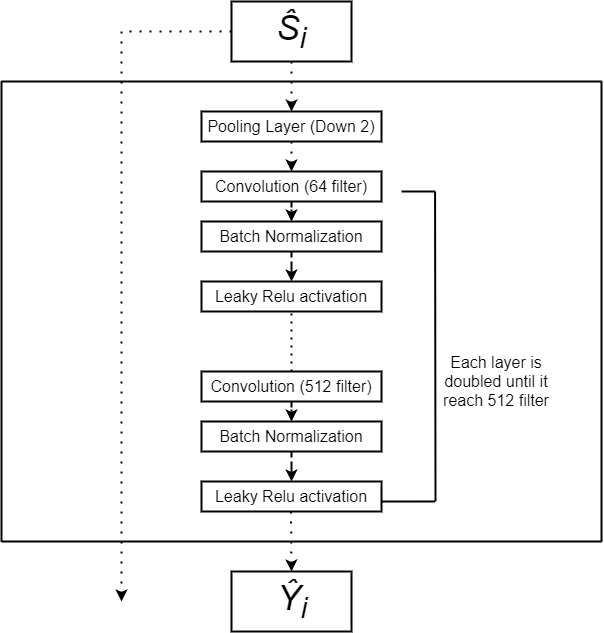
This is markdownCode/SubDiscriminator.png from fizzy-1111/slideppTheis, a draw.io export, as it was before one commit. Source tidied: cells renumbered, new cells last; positions are measured from the earlier drawing's top-left corner, leaving out a move shared by most shapes.
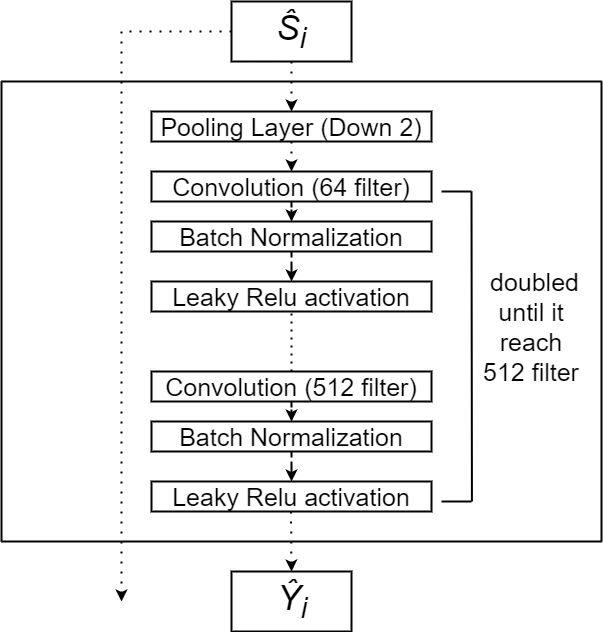
The same diagram one commit later.

Change to the diagram source:
```diff
@@ -5,121 +5,122 @@
     <mxCell id="2" style="edgeStyle=orthogonalEdgeStyle;rounded=0;jettySize=auto;html=1;dashed=1;strokeWidth=2;" parent="1" edge="1" source="3" target="5">
       <mxGeometry relative="1" as="geometry" />
     </mxCell>
-    <mxCell id="3" value="&lt;font style=&quot;font-size: 16px;&quot;&gt;Convolution (64 filter)&lt;/font&gt;" style="rounded=0;whiteSpace=wrap;html=1;strokeWidth=2;" parent="1" vertex="1">
-      <mxGeometry x="200" y="170" width="180" height="30" as="geometry" />
+    <mxCell id="3" value="&lt;font style=&quot;font-size: 25px;&quot;&gt;Convolution (64 filter)&lt;/font&gt;" style="rounded=0;whiteSpace=wrap;html=1;strokeWidth=2;" parent="1" vertex="1">
+      <mxGeometry x="200" y="170" width="280" height="30" as="geometry" />
     </mxCell>
     <mxCell id="4" style="edgeStyle=orthogonalEdgeStyle;rounded=0;jettySize=auto;html=1;dashed=1;strokeWidth=2;" parent="1" edge="1" source="5" target="6">
       <mxGeometry relative="1" as="geometry" />
     </mxCell>
-    <mxCell id="5" value="&lt;font style=&quot;font-size: 16px;&quot;&gt;Batch Normalization&lt;/font&gt;" style="rounded=0;whiteSpace=wrap;html=1;strokeWidth=2;" parent="1" vertex="1">
-      <mxGeometry x="200" y="220" width="180" height="30" as="geometry" />
+    <mxCell id="5" value="&lt;font style=&quot;font-size: 25px;&quot;&gt;Batch Normalization&lt;/font&gt;" style="rounded=0;whiteSpace=wrap;html=1;strokeWidth=2;" parent="1" vertex="1">
+      <mxGeometry x="200" y="220" width="280" height="30" as="geometry" />
     </mxCell>
-    <mxCell id="6" value="&lt;font style=&quot;font-size: 16px;&quot;&gt;Leaky Relu activation&lt;/font&gt;" style="rounded=0;whiteSpace=wrap;html=1;strokeWidth=2;" parent="1" vertex="1">
-      <mxGeometry x="200" y="280" width="180" height="30" as="geometry" />
+    <mxCell id="6" value="&lt;font style=&quot;font-size: 25px;&quot;&gt;Leaky Relu activation&lt;/font&gt;" style="rounded=0;whiteSpace=wrap;html=1;strokeWidth=2;" parent="1" vertex="1">
+      <mxGeometry x="200" y="280" width="280" height="30" as="geometry" />
     </mxCell>
     <mxCell id="7" style="edgeStyle=orthogonalEdgeStyle;rounded=0;jettySize=auto;html=1;dashed=1;strokeWidth=2;" parent="1" edge="1" source="8" target="10">
       <mxGeometry relative="1" as="geometry" />
     </mxCell>
-    <mxCell id="8" value="&lt;font style=&quot;font-size: 16px;&quot;&gt;Convolution (512 filter)&lt;/font&gt;" style="rounded=0;whiteSpace=wrap;html=1;strokeWidth=2;" parent="1" vertex="1">
-      <mxGeometry x="200" y="370" width="180" height="30" as="geometry" />
+    <mxCell id="8" value="&lt;font style=&quot;font-size: 25px;&quot;&gt;Convolution (512 filter)&lt;/font&gt;" style="rounded=0;whiteSpace=wrap;html=1;strokeWidth=2;" parent="1" vertex="1">
+      <mxGeometry x="200" y="370" width="280" height="30" as="geometry" />
     </mxCell>
     <mxCell id="9" style="edgeStyle=orthogonalEdgeStyle;rounded=0;jettySize=auto;html=1;dashed=1;strokeWidth=2;" parent="1" edge="1" source="10" target="11">
       <mxGeometry relative="1" as="geometry" />
     </mxCell>
-    <mxCell id="10" value="&lt;font style=&quot;font-size: 16px;&quot;&gt;Batch Normalization&lt;/font&gt;" style="rounded=0;whiteSpace=wrap;html=1;strokeWidth=2;" parent="1" vertex="1">
-      <mxGeometry x="200" y="420" width="180" height="30" as="geometry" />
+    <mxCell id="10" value="&lt;font style=&quot;font-size: 25px;&quot;&gt;Batch Normalization&lt;/font&gt;" style="rounded=0;whiteSpace=wrap;html=1;strokeWidth=2;" parent="1" vertex="1">
+      <mxGeometry x="200" y="420" width="280" height="30" as="geometry" />
     </mxCell>
-    <mxCell id="11" value="&lt;font style=&quot;font-size: 16px;&quot;&gt;Leaky Relu activation&lt;/font&gt;" style="rounded=0;whiteSpace=wrap;html=1;strokeWidth=2;" parent="1" vertex="1">
-      <mxGeometry x="200" y="480" width="180" height="30" as="geometry" />
+    <mxCell id="11" value="&lt;font style=&quot;font-size: 25px;&quot;&gt;Leaky Relu activation&lt;/font&gt;" style="rounded=0;whiteSpace=wrap;html=1;strokeWidth=2;" parent="1" vertex="1">
+      <mxGeometry x="200" y="480" width="280" height="30" as="geometry" />
     </mxCell>
     <mxCell id="12" style="endArrow=none;dashed=1;html=1;dashPattern=1 3;strokeWidth=2;rounded=0;" parent="1" edge="1">
       <mxGeometry relative="1" as="geometry">
-        <mxPoint x="290" y="370" as="sourcePoint" />
-        <mxPoint x="290" y="310" as="targetPoint" />
+        <mxPoint x="340" y="370" as="sourcePoint" />
+        <mxPoint x="340" y="310" as="targetPoint" />
       </mxGeometry>
     </mxCell>
-    <mxCell id="13" value="&lt;font style=&quot;font-size: 16px;&quot;&gt;Each layer is doubled until it reach 512 filter&lt;/font&gt;" style="text;html=1;strokeColor=none;fillColor=none;align=center;verticalAlign=middle;whiteSpace=wrap;rounded=0;strokeWidth=2;" parent="1" vertex="1">
-      <mxGeometry x="440" y="365" width="110" height="30" as="geometry" />
+    <mxCell id="13" value="&lt;font style=&quot;font-size: 25px;&quot;&gt;&amp;nbsp;doubled until it reach 512 filter&lt;/font&gt;" style="text;html=1;strokeColor=none;fillColor=none;align=center;verticalAlign=middle;whiteSpace=wrap;rounded=0;strokeWidth=2;" parent="1" vertex="1">
+      <mxGeometry x="540" y="310" width="80" height="30" as="geometry" />
     </mxCell>
     <mxCell id="14" style="endArrow=none;html=1;fontSize=16;strokeWidth=2;" parent="1" edge="1">
       <mxGeometry relative="1" as="geometry">
-        <mxPoint x="434" y="500" as="sourcePoint" />
-        <mxPoint x="433.6" y="190" as="targetPoint" />
+        <mxPoint x="520.4" y="500" as="sourcePoint" />
+        <mxPoint x="520" y="190" as="targetPoint" />
       </mxGeometry>
     </mxCell>
-    <mxCell id="15" style="endArrow=none;html=1;fontSize=16;strokeWidth=2;exitX=1;exitY=0.667;exitDx=0;exitDy=0;exitPerimeter=0;" parent="1" edge="1" source="11">
+    <mxCell id="15" style="endArrow=none;html=1;fontSize=16;strokeWidth=2;" parent="1" edge="1">
       <mxGeometry relative="1" as="geometry">
-        <mxPoint x="433.6" y="500" as="targetPoint" />
+        <mxPoint x="490" y="500" as="sourcePoint" />
+        <mxPoint x="520" y="500" as="targetPoint" />
       </mxGeometry>
     </mxCell>
     <mxCell id="16" style="endArrow=none;html=1;fontSize=16;strokeWidth=2;" parent="1" edge="1">
       <mxGeometry relative="1" as="geometry">
-        <mxPoint x="400" y="190" as="sourcePoint" />
-        <mxPoint x="433.6" y="190" as="targetPoint" />
+        <mxPoint x="490" y="190" as="sourcePoint" />
+        <mxPoint x="520" y="190" as="targetPoint" />
       </mxGeometry>
     </mxCell>
     <mxCell id="17" style="endArrow=classic;html=1;dashed=1;dashPattern=1 4;entryX=0.5;entryY=0;entryDx=0;entryDy=0;strokeWidth=2;" parent="1" edge="1" target="23">
       <mxGeometry relative="1" as="geometry">
-        <mxPoint x="290" y="60" as="sourcePoint" />
+        <mxPoint x="340" y="60" as="sourcePoint" />
       </mxGeometry>
     </mxCell>
     <mxCell id="18" style="endArrow=classic;html=1;dashed=1;dashPattern=1 4;strokeWidth=2;entryX=0.5;entryY=0;entryDx=0;entryDy=0;" parent="1" edge="1" target="20">
       <mxGeometry relative="1" as="geometry">
-        <mxPoint x="289.5" y="510" as="sourcePoint" />
+        <mxPoint x="339.5" y="510" as="sourcePoint" />
       </mxGeometry>
     </mxCell>
     <mxCell id="19" style="rounded=0;whiteSpace=wrap;html=1;strokeWidth=2;" parent="1" vertex="1">
-      <mxGeometry x="230" width="120" height="60" as="geometry" />
+      <mxGeometry x="280" width="120" height="60" as="geometry" />
     </mxCell>
     <mxCell id="20" style="rounded=0;whiteSpace=wrap;html=1;strokeWidth=2;" parent="1" vertex="1">
-      <mxGeometry x="230" y="570" width="120" height="60" as="geometry" />
+      <mxGeometry x="280" y="570" width="120" height="60" as="geometry" />
     </mxCell>
     <mxCell id="21" style="endArrow=none;dashed=1;html=1;dashPattern=1 4;exitX=0;exitY=0.5;exitDx=0;exitDy=0;strokeWidth=2;" parent="1" edge="1" source="19">
       <mxGeometry relative="1" as="geometry">
-        <mxPoint x="120" y="30" as="targetPoint" />
+        <mxPoint x="170" y="30" as="targetPoint" />
       </mxGeometry>
     </mxCell>
     <mxCell id="22" style="endArrow=classic;html=1;dashed=1;dashPattern=1 4;strokeWidth=2;" parent="1" edge="1">
       <mxGeometry relative="1" as="geometry">
-        <mxPoint x="120" y="30" as="sourcePoint" />
-        <mxPoint x="120" y="600" as="targetPoint" />
+        <mxPoint x="170" y="30" as="sourcePoint" />
+        <mxPoint x="170" y="600" as="targetPoint" />
       </mxGeometry>
     </mxCell>
-    <mxCell id="23" value="&lt;font style=&quot;font-size: 16px;&quot;&gt;Pooling Layer (Down 2)&lt;/font&gt;" style="rounded=0;whiteSpace=wrap;html=1;strokeWidth=2;" parent="1" vertex="1">
-      <mxGeometry x="200" y="110" width="180" height="30" as="geometry" />
+    <mxCell id="23" value="&lt;font style=&quot;font-size: 25px;&quot;&gt;Pooling Layer (Down 2)&lt;/font&gt;" style="rounded=0;whiteSpace=wrap;html=1;strokeWidth=2;" parent="1" vertex="1">
+      <mxGeometry x="200" y="110" width="280" height="30" as="geometry" />
     </mxCell>
     <mxCell id="24" style="endArrow=classic;html=1;fontSize=16;exitX=0.5;exitY=1;exitDx=0;exitDy=0;entryX=0.5;entryY=0;entryDx=0;entryDy=0;dashed=1;dashPattern=1 4;strokeWidth=2;" parent="1" edge="1" source="23" target="3">
       <mxGeometry relative="1" as="geometry" />
     </mxCell>
     <mxCell id="25" style="endArrow=none;html=1;fontSize=16;strokeWidth=2;" parent="1" edge="1">
       <mxGeometry relative="1" as="geometry">
-        <mxPoint y="540" as="sourcePoint" />
-        <mxPoint y="80" as="targetPoint" />
+        <mxPoint x="50" y="540" as="sourcePoint" />
+        <mxPoint x="50" y="80" as="targetPoint" />
       </mxGeometry>
     </mxCell>
     <mxCell id="26" style="endArrow=none;html=1;fontSize=16;strokeWidth=2;" parent="1" edge="1">
       <mxGeometry relative="1" as="geometry">
-        <mxPoint y="540" as="sourcePoint" />
-        <mxPoint x="600" y="540" as="targetPoint" />
+        <mxPoint x="50" y="540" as="sourcePoint" />
+        <mxPoint x="650" y="540" as="targetPoint" />
       </mxGeometry>
     </mxCell>
     <mxCell id="27" style="endArrow=none;html=1;fontSize=16;strokeWidth=2;" parent="1" edge="1">
       <mxGeometry relative="1" as="geometry">
-        <mxPoint y="80" as="sourcePoint" />
-        <mxPoint x="600" y="80" as="targetPoint" />
+        <mxPoint x="50" y="80" as="sourcePoint" />
+        <mxPoint x="650" y="80" as="targetPoint" />
       </mxGeometry>
     </mxCell>
     <mxCell id="28" style="endArrow=none;html=1;fontSize=16;strokeWidth=2;" parent="1" edge="1">
       <mxGeometry relative="1" as="geometry">
-        <mxPoint x="600" y="540" as="sourcePoint" />
-        <mxPoint x="600" y="80" as="targetPoint" />
+        <mxPoint x="650" y="540" as="sourcePoint" />
+        <mxPoint x="650" y="80" as="targetPoint" />
       </mxGeometry>
     </mxCell>
     <mxCell id="29" value="&lt;font style=&quot;font-size: 35px;&quot;&gt;&lt;i&gt;Ŷ&lt;sub&gt;i&lt;/sub&gt;&lt;/i&gt;&lt;/font&gt;" style="text;html=1;strokeColor=none;fillColor=none;align=center;verticalAlign=middle;whiteSpace=wrap;rounded=0;fontSize=16;strokeWidth=2;" parent="1" vertex="1">
-      <mxGeometry x="260.8" y="585" width="60" height="30" as="geometry" />
+      <mxGeometry x="310.8" y="585" width="60" height="30" as="geometry" />
     </mxCell>
     <mxCell id="30" value="&lt;i&gt;Ŝ&lt;sub&gt;i&lt;/sub&gt;&lt;/i&gt;" style="text;html=1;strokeColor=none;fillColor=none;align=center;verticalAlign=middle;whiteSpace=wrap;rounded=0;fontSize=35;strokeWidth=2;" parent="1" vertex="1">
-      <mxGeometry x="260" y="15" width="60" height="30" as="geometry" />
+      <mxGeometry x="310" y="15" width="60" height="30" as="geometry" />
     </mxCell>
   </root>
 </mxGraphModel>
```
